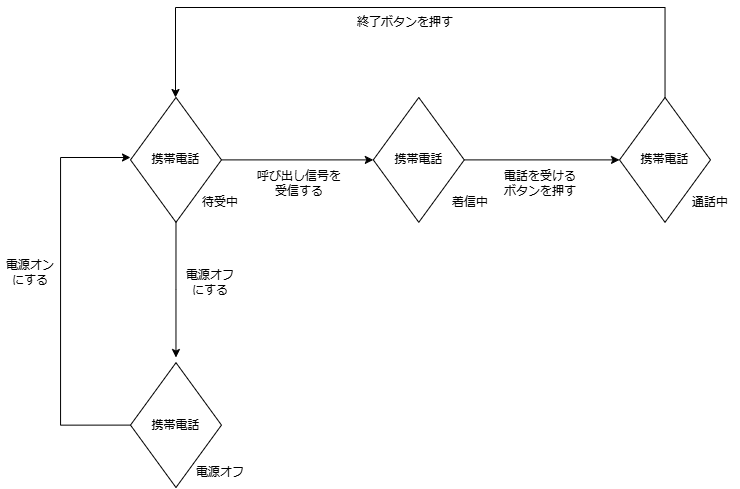
The draw.io diagram lesson 03-3.drawio.png in kenboasakura/UML_GettingStarted, before a commit. Source tidied: cells renumbered, new cells last; positions are measured from the earlier drawing's top-left corner, leaving out a move shared by most shapes.
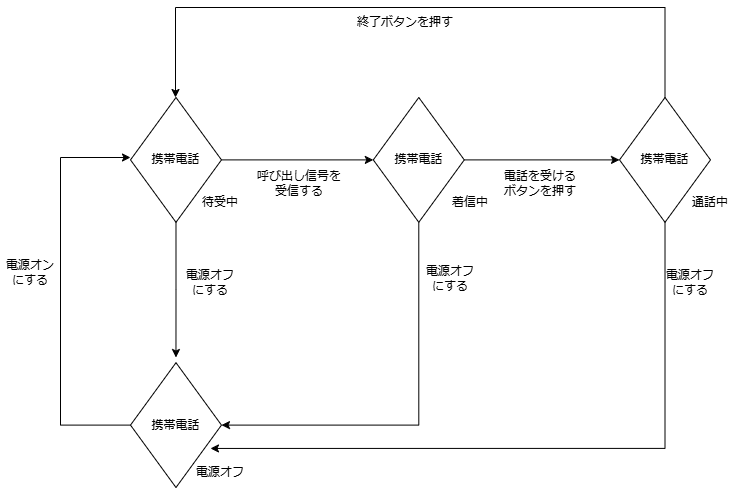
After the change.

The edit, as a diff of the source:
```diff
@@ -31,6 +31,9 @@
     <mxCell id="10" value="携帯電話" style="rhombus;whiteSpace=wrap;html=1;" parent="2" vertex="1">
       <mxGeometry x="130" y="90" width="91" height="124.8" as="geometry" />
     </mxCell>
+    <mxCell id="21" style="edgeStyle=orthogonalEdgeStyle;rounded=0;jettySize=auto;html=1;exitX=0.5;exitY=1;exitDx=0;exitDy=0;entryX=1;entryY=0.5;entryDx=0;entryDy=0;" parent="2" edge="1" source="11" target="14">
+      <mxGeometry relative="1" as="geometry" />
+    </mxCell>
     <mxCell id="11" value="携帯電話" style="rhombus;whiteSpace=wrap;html=1;" parent="2" vertex="1">
       <mxGeometry x="372.8" y="90" width="91" height="124.8" as="geometry" />
     </mxCell>
@@ -73,5 +76,18 @@
     <mxCell id="20" value="電話を受けるボタンを押す" style="text;html=1;align=center;verticalAlign=middle;whiteSpace=wrap;rounded=0;" parent="2" vertex="1">
       <mxGeometry x="500" y="161" width="80" height="30" as="geometry" />
     </mxCell>
+    <mxCell id="22" style="edgeStyle=orthogonalEdgeStyle;rounded=0;jettySize=auto;html=1;exitX=0.5;exitY=1;exitDx=0;exitDy=0;entryX=0.879;entryY=0.687;entryDx=0;entryDy=0;entryPerimeter=0;" parent="2" edge="1" source="6" target="14">
+      <mxGeometry relative="1" as="geometry">
+        <Array as="points">
+          <mxPoint x="665" y="441" />
+        </Array>
+      </mxGeometry>
+    </mxCell>
+    <mxCell id="23" value="電源オフにする" style="text;html=1;align=center;verticalAlign=middle;whiteSpace=wrap;rounded=0;" parent="2" vertex="1">
+      <mxGeometry x="420" y="256" width="60" height="30" as="geometry" />
+    </mxCell>
+    <mxCell id="24" value="電源オフにする" style="text;html=1;align=center;verticalAlign=middle;whiteSpace=wrap;rounded=0;" parent="2" vertex="1">
+      <mxGeometry x="660" y="260" width="60" height="30" as="geometry" />
+    </mxCell>
   </root>
 </mxGraphModel>
```
